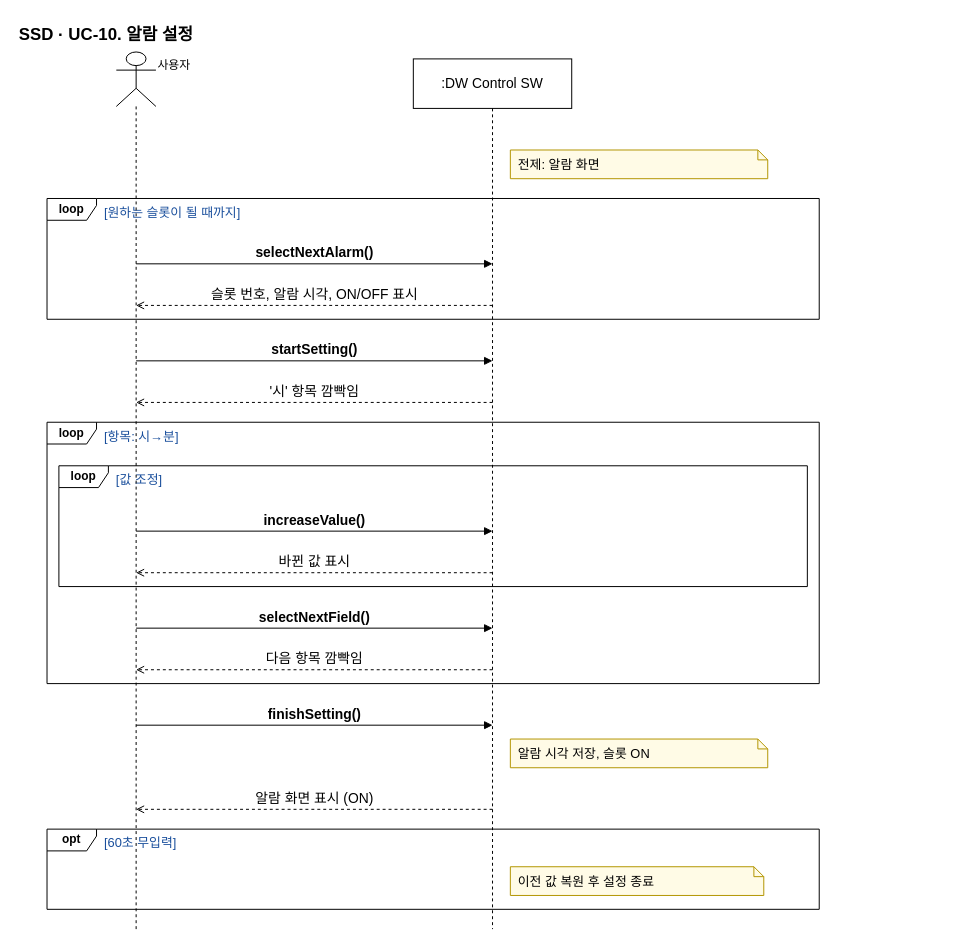
Before: page "UC-10" (4 of 12) of docs/OOAD/practice/ssd/DigitalWatch_SSD.drawio in sspring2048/AssoArch, a draw.io diagram. Source tidied: cells renumbered, new cells numbered last; positions are measured from the earlier drawing's top-left corner, leaving out a move shared by most shapes. Both pictures are drawn from the tidied source at 99%, with x=0, y=0 at pixel (17, 17).
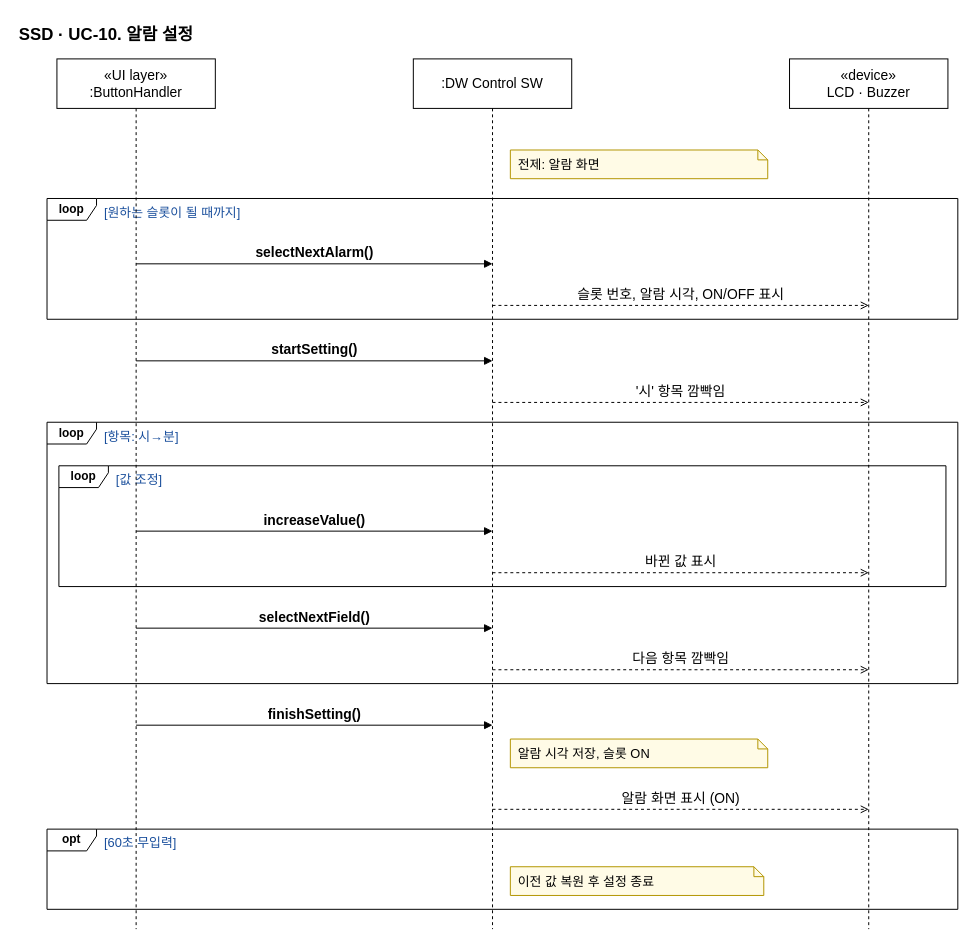
Above is the later version.

Diff of the diagram source:
```diff
@@
     <mxCell id="3" value="loop" style="shape=umlFrame;whiteSpace=wrap;html=1;width=50;height=22;fontStyle=1;fillColor=none;" parent="1" vertex="1">
-      <mxGeometry x="30" y="183" width="780" height="122" as="geometry" />
+      <mxGeometry x="30" y="183" width="920" height="122" as="geometry" />
     </mxCell>
     <mxCell id="4" value="[원하는 슬롯이 될 때까지]" style="text;fontSize=13;fontColor=#1a4f9c;align=left;" parent="1" vertex="1">
-      <mxGeometry x="86" y="183" width="714" height="22" as="geometry" />
+      <mxGeometry x="86" y="183" width="854" height="22" as="geometry" />
     </mxCell>
     <mxCell id="5" value="loop" style="shape=umlFrame;whiteSpace=wrap;html=1;width=50;height=22;fontStyle=1;fillColor=none;" parent="1" vertex="1">
-      <mxGeometry x="42" y="453" width="756" height="122" as="geometry" />
+      <mxGeometry x="42" y="453" width="896" height="122" as="geometry" />
     </mxCell>
     <mxCell id="6" value="[값 조정]" style="text;fontSize=13;fontColor=#1a4f9c;align=left;" parent="1" vertex="1">
-      <mxGeometry x="98" y="453" width="690" height="22" as="geometry" />
+      <mxGeometry x="98" y="453" width="830" height="22" as="geometry" />
     </mxCell>
     <mxCell id="7" value="loop" style="shape=umlFrame;whiteSpace=wrap;html=1;width=50;height=22;fontStyle=1;fillColor=none;" parent="1" vertex="1">
-      <mxGeometry x="30" y="409" width="780" height="264" as="geometry" />
+      <mxGeometry x="30" y="409" width="920" height="264" as="geometry" />
     </mxCell>
     <mxCell id="8" value="[항목: 시→분]" style="text;fontSize=13;fontColor=#1a4f9c;align=left;" parent="1" vertex="1">
-      <mxGeometry x="86" y="409" width="714" height="22" as="geometry" />
+      <mxGeometry x="86" y="409" width="854" height="22" as="geometry" />
     </mxCell>
     <mxCell id="9" value="opt" style="shape=umlFrame;whiteSpace=wrap;html=1;width=50;height=22;fontStyle=1;fillColor=none;" parent="1" vertex="1">
-      <mxGeometry x="30" y="820" width="780" height="81" as="geometry" />
+      <mxGeometry x="30" y="820" width="920" height="81" as="geometry" />
     </mxCell>
     <mxCell id="10" value="[60초 무입력]" style="text;fontSize=13;fontColor=#1a4f9c;align=left;" parent="1" vertex="1">
-      <mxGeometry x="86" y="820" width="714" height="22" as="geometry" />
+      <mxGeometry x="86" y="820" width="854" height="22" as="geometry" />
     </mxCell>
-    <mxCell id="11" value="사용자" style="shape=umlLifeline;participant=umlActor;perimeter=lifelinePerimeter;html=1;size=55;verticalAlign=top;labelPosition=right;align=left;" parent="1" vertex="1">
-      <mxGeometry x="100" y="35" width="40" height="886" as="geometry" />
+    <mxCell id="11" value="«UI layer»&lt;br&gt;:ButtonHandler" style="shape=umlLifeline;perimeter=lifelinePerimeter;whiteSpace=wrap;html=1;size=50;fontSize=14;" parent="1" vertex="1">
+      <mxGeometry x="40" y="42" width="160" height="879" as="geometry" />
     </mxCell>
@@
-    <mxCell id="13" value="전제: 알람 화면" style="shape=note;size=10;whiteSpace=wrap;html=1;align=left;spacingLeft=6;fontSize=13;fillColor=#fffbe6;strokeColor=#b39500;" parent="1" vertex="1">
-      <mxGeometry x="498" y="134" width="260" height="29" as="geometry" />
+    <mxCell id="13" value="«device»&lt;br&gt;LCD · Buzzer" style="shape=umlLifeline;perimeter=lifelinePerimeter;whiteSpace=wrap;html=1;size=50;fontSize=14;" parent="1" vertex="1">
+      <mxGeometry x="780" y="42" width="160" height="879" as="geometry" />
     </mxCell>
-    <mxCell id="14" value="selectNextAlarm()" style="html=1;verticalAlign=bottom;fontSize=14;endArrow=block;endFill=1;fontStyle=1;" parent="1" edge="1">
-      <mxGeometry relative="1" as="geometry">
-        <mxPoint x="120" y="249" as="sourcePoint" />
-        <mxPoint x="480" y="249" as="targetPoint" />
-      </mxGeometry>
+    <mxCell id="14" value="전제: 알람 화면" style="shape=note;size=10;whiteSpace=wrap;html=1;align=left;spacingLeft=6;fontSize=13;fillColor=#fffbe6;strokeColor=#b39500;" parent="1" vertex="1">
+      <mxGeometry x="498" y="134" width="260" height="29" as="geometry" />
     </mxCell>
-    <mxCell id="15" value="슬롯 번호, 알람 시각, ON/OFF 표시" style="html=1;verticalAlign=bottom;fontSize=14;endArrow=open;dashed=1;" parent="1" edge="1">
+    <mxCell id="15" value="selectNextAlarm()" style="html=1;verticalAlign=bottom;fontSize=14;endArrow=block;endFill=1;fontStyle=1;" parent="1" edge="1">
       <mxGeometry relative="1" as="geometry">
-        <mxPoint x="480" y="291" as="sourcePoint" />
-        <mxPoint x="120" y="291" as="targetPoint" />
+        <mxPoint x="120" y="249" as="sourcePoint" />
+        <mxPoint x="480" y="249" as="targetPoint" />
       </mxGeometry>
     </mxCell>
-    <mxCell id="16" value="startSetting()" style="html=1;verticalAlign=bottom;fontSize=14;endArrow=block;endFill=1;fontStyle=1;" parent="1" edge="1">
+    <mxCell id="16" value="슬롯 번호, 알람 시각, ON/OFF 표시" style="html=1;verticalAlign=bottom;fontSize=14;endArrow=open;dashed=1;" parent="1" edge="1">
       <mxGeometry relative="1" as="geometry">
-        <mxPoint x="120" y="347" as="sourcePoint" />
-        <mxPoint x="480" y="347" as="targetPoint" />
+        <mxPoint x="480" y="291" as="sourcePoint" />
+        <mxPoint x="860" y="291" as="targetPoint" />
       </mxGeometry>
     </mxCell>
-    <mxCell id="17" value="'시' 항목 깜빡임" style="html=1;verticalAlign=bottom;fontSize=14;endArrow=open;dashed=1;" parent="1" edge="1">
+    <mxCell id="17" value="startSetting()" style="html=1;verticalAlign=bottom;fontSize=14;endArrow=block;endFill=1;fontStyle=1;" parent="1" edge="1">
       <mxGeometry relative="1" as="geometry">
-        <mxPoint x="480" y="389" as="sourcePoint" />
-        <mxPoint x="120" y="389" as="targetPoint" />
+        <mxPoint x="120" y="347" as="sourcePoint" />
+        <mxPoint x="480" y="347" as="targetPoint" />
       </mxGeometry>
     </mxCell>
-    <mxCell id="18" value="increaseValue()" style="html=1;verticalAlign=bottom;fontSize=14;endArrow=block;endFill=1;fontStyle=1;" parent="1" edge="1">
+    <mxCell id="18" value="'시' 항목 깜빡임" style="html=1;verticalAlign=bottom;fontSize=14;endArrow=open;dashed=1;" parent="1" edge="1">
       <mxGeometry relative="1" as="geometry">
-        <mxPoint x="120" y="519" as="sourcePoint" />
-        <mxPoint x="480" y="519" as="targetPoint" />
+        <mxPoint x="480" y="389" as="sourcePoint" />
+        <mxPoint x="860" y="389" as="targetPoint" />
       </mxGeometry>
     </mxCell>
-    <mxCell id="19" value="바뀐 값 표시" style="html=1;verticalAlign=bottom;fontSize=14;endArrow=open;dashed=1;" parent="1" edge="1">
+    <mxCell id="19" value="increaseValue()" style="html=1;verticalAlign=bottom;fontSize=14;endArrow=block;endFill=1;fontStyle=1;" parent="1" edge="1">
       <mxGeometry relative="1" as="geometry">
-        <mxPoint x="480" y="561" as="sourcePoint" />
-        <mxPoint x="120" y="561" as="targetPoint" />
+        <mxPoint x="120" y="519" as="sourcePoint" />
+        <mxPoint x="480" y="519" as="targetPoint" />
       </mxGeometry>
     </mxCell>
-    <mxCell id="20" value="selectNextField()" style="html=1;verticalAlign=bottom;fontSize=14;endArrow=block;endFill=1;fontStyle=1;" parent="1" edge="1">
+    <mxCell id="20" value="바뀐 값 표시" style="html=1;verticalAlign=bottom;fontSize=14;endArrow=open;dashed=1;" parent="1" edge="1">
       <mxGeometry relative="1" as="geometry">
-        <mxPoint x="120" y="617" as="sourcePoint" />
-        <mxPoint x="480" y="617" as="targetPoint" />
+        <mxPoint x="480" y="561" as="sourcePoint" />
+        <mxPoint x="860" y="561" as="targetPoint" />
       </mxGeometry>
     </mxCell>
-    <mxCell id="21" value="다음 항목 깜빡임" style="html=1;verticalAlign=bottom;fontSize=14;endArrow=open;dashed=1;" parent="1" edge="1">
+    <mxCell id="21" value="selectNextField()" style="html=1;verticalAlign=bottom;fontSize=14;endArrow=block;endFill=1;fontStyle=1;" parent="1" edge="1">
       <mxGeometry relative="1" as="geometry">
-        <mxPoint x="480" y="659" as="sourcePoint" />
-        <mxPoint x="120" y="659" as="targetPoint" />
+        <mxPoint x="120" y="617" as="sourcePoint" />
+        <mxPoint x="480" y="617" as="targetPoint" />
       </mxGeometry>
     </mxCell>
-    <mxCell id="22" value="finishSetting()" style="html=1;verticalAlign=bottom;fontSize=14;endArrow=block;endFill=1;fontStyle=1;" parent="1" edge="1">
+    <mxCell id="22" value="다음 항목 깜빡임" style="html=1;verticalAlign=bottom;fontSize=14;endArrow=open;dashed=1;" parent="1" edge="1">
       <mxGeometry relative="1" as="geometry">
-        <mxPoint x="120" y="715" as="sourcePoint" />
-        <mxPoint x="480" y="715" as="targetPoint" />
+        <mxPoint x="480" y="659" as="sourcePoint" />
+        <mxPoint x="860" y="659" as="targetPoint" />
       </mxGeometry>
     </mxCell>
-    <mxCell id="23" value="알람 시각 저장, 슬롯 ON" style="shape=note;size=10;whiteSpace=wrap;html=1;align=left;spacingLeft=6;fontSize=13;fillColor=#fffbe6;strokeColor=#b39500;" parent="1" vertex="1">
-      <mxGeometry x="498" y="729" width="260" height="29" as="geometry" />
+    <mxCell id="23" value="finishSetting()" style="html=1;verticalAlign=bottom;fontSize=14;endArrow=block;endFill=1;fontStyle=1;" parent="1" edge="1">
+      <mxGeometry relative="1" as="geometry">
+        <mxPoint x="120" y="715" as="sourcePoint" />
+        <mxPoint x="480" y="715" as="targetPoint" />
+      </mxGeometry>
     </mxCell>
-    <mxCell id="24" value="알람 화면 표시 (ON)" style="html=1;verticalAlign=bottom;fontSize=14;endArrow=open;dashed=1;" parent="1" edge="1">
-      <mxGeometry relative="1" as="geometry">
-        <mxPoint x="480" y="800" as="sourcePoint" />
-        <mxPoint x="120" y="800" as="targetPoint" />
-      </mxGeometry>
+    <mxCell id="24" value="알람 시각 저장, 슬롯 ON" style="shape=note;size=10;whiteSpace=wrap;html=1;align=left;spacingLeft=6;fontSize=13;fillColor=#fffbe6;strokeColor=#b39500;" parent="1" vertex="1">
+      <mxGeometry x="498" y="729" width="260" height="29" as="geometry" />
     </mxCell>
-    <mxCell id="25" value="이전 값 복원 후 설정 종료" style="shape=note;size=10;whiteSpace=wrap;html=1;align=left;spacingLeft=6;fontSize=13;fillColor=#fffbe6;strokeColor=#b39500;" parent="1" vertex="1">
-      <mxGeometry x="498" y="858" width="256" height="29" as="geometry" />
+    <mxCell id="25" value="알람 화면 표시 (ON)" style="html=1;verticalAlign=bottom;fontSize=14;endArrow=open;dashed=1;" parent="1" edge="1">
+      <mxGeometry relative="1" as="geometry">
+        <mxPoint x="480" y="800" as="sourcePoint" />
+        <mxPoint x="860" y="800" as="targetPoint" />
+      </mxGeometry>
     </mxCell>
+    <mxCell id="26" value="이전 값 복원 후 설정 종료" style="shape=note;size=10;whiteSpace=wrap;html=1;align=left;spacingLeft=6;fontSize=13;fillColor=#fffbe6;strokeColor=#b39500;" parent="1" vertex="1">
+      <mxGeometry x="498" y="858" width="256" height="29" as="geometry" />
+    </mxCell>
```
